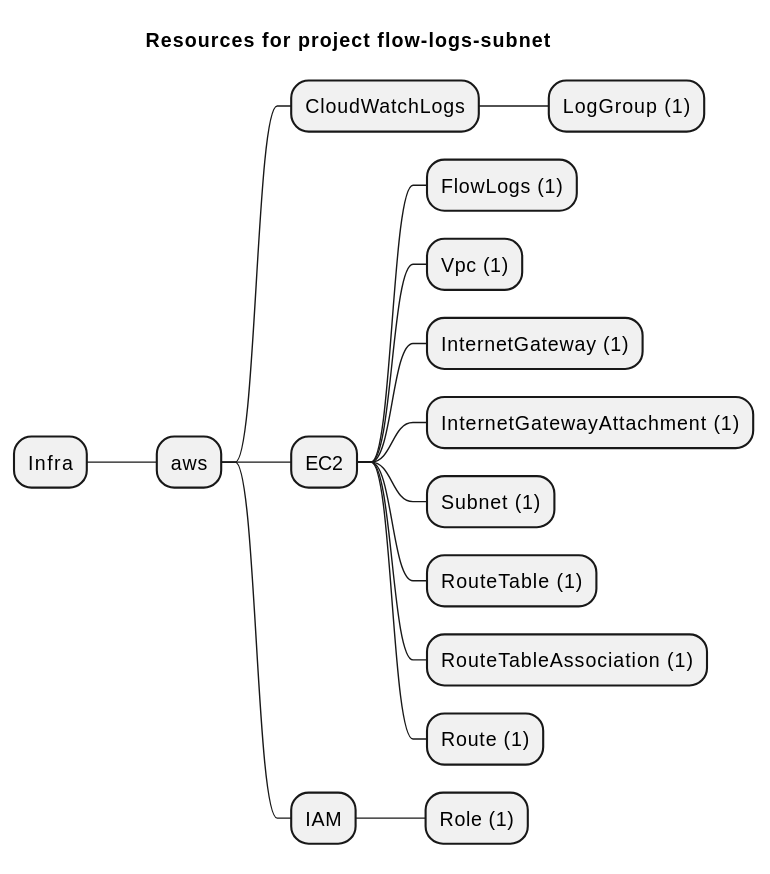
The PlantUML diagram examples/aws/EC2/flow-logs/flow-logs-subnet/artifacts/resources-mindmap.svg in grucloud/grucloud, before a commit. The source it was exported from:
```plantuml
@startmindmap
title Resources for project flow-logs-subnet
skinparam monochrome true
+ Infra
++ aws
+++ CloudWatchLogs
++++ LogGroup (1)
+++ EC2
++++ FlowLogs (1)
++++ Vpc (1)
++++ InternetGateway (1)
++++ InternetGatewayAttachment (1)
++++ Subnet (1)
++++ RouteTable (1)
++++ RouteTableAssociation (1)
++++ Route (1)
+++ IAM
++++ Role (1)
@endmindmap
```
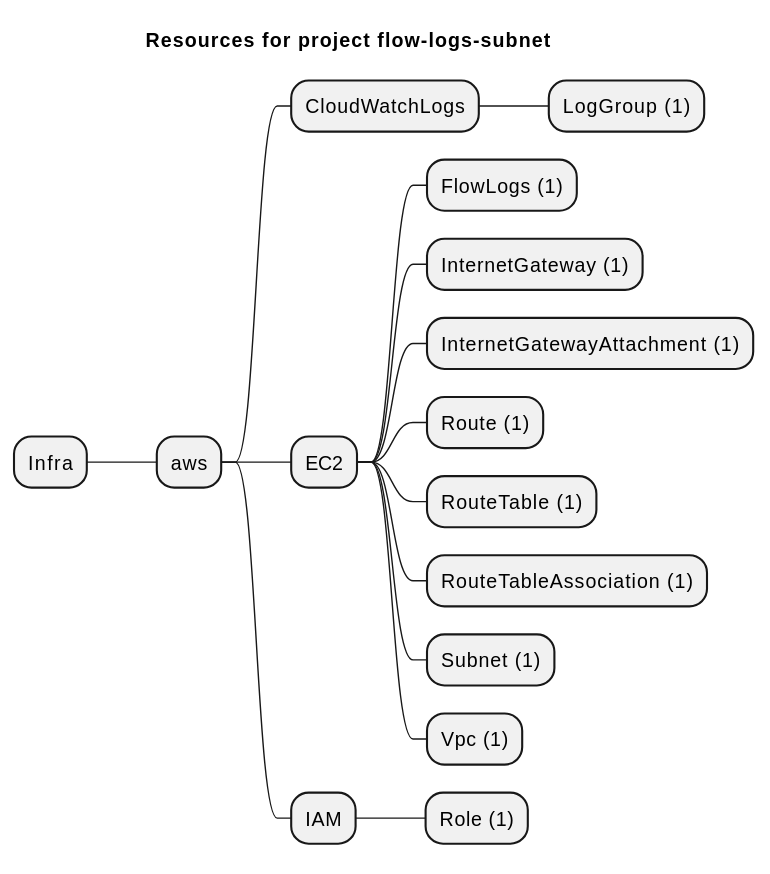
After the change.

The edit, as a diff of the source:
```diff
@@ -7,13 +7,13 @@
 ++++ LogGroup (1)
 +++ EC2
 ++++ FlowLogs (1)
-++++ Vpc (1)
 ++++ InternetGateway (1)
 ++++ InternetGatewayAttachment (1)
-++++ Subnet (1)
+++++ Route (1)
 ++++ RouteTable (1)
 ++++ RouteTableAssociation (1)
-++++ Route (1)
+++++ Subnet (1)
+++++ Vpc (1)
 +++ IAM
 ++++ Role (1)
 @endmindmap
```
